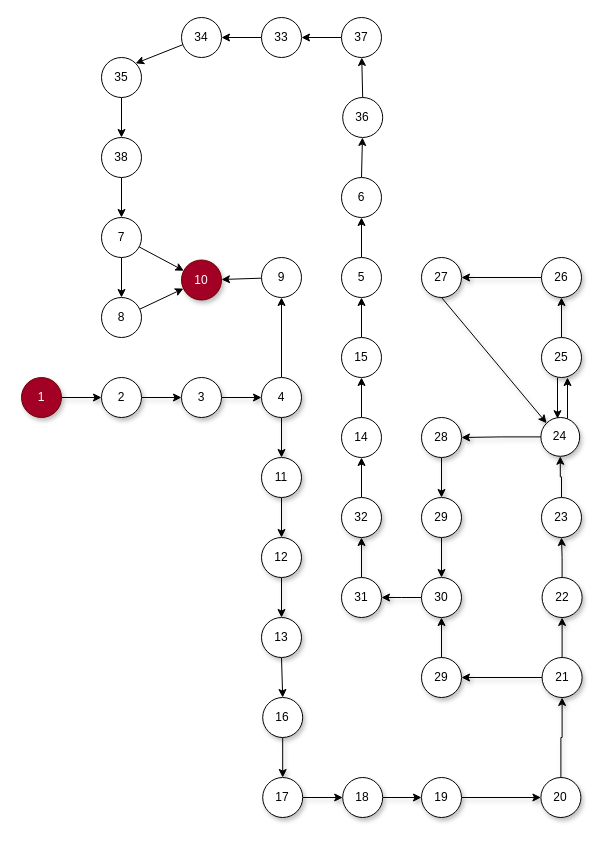
Before: Kiểm Thử/HT/SuaBan.drawio in huy1133/KD, a draw.io diagram. Source tidied: cells renumbered, new cells numbered last; positions are measured from the earlier drawing's top-left corner, leaving out a move shared by most shapes. Both pictures are drawn from the tidied source at 100%, with x=0, y=0 at pixel (21, 17).
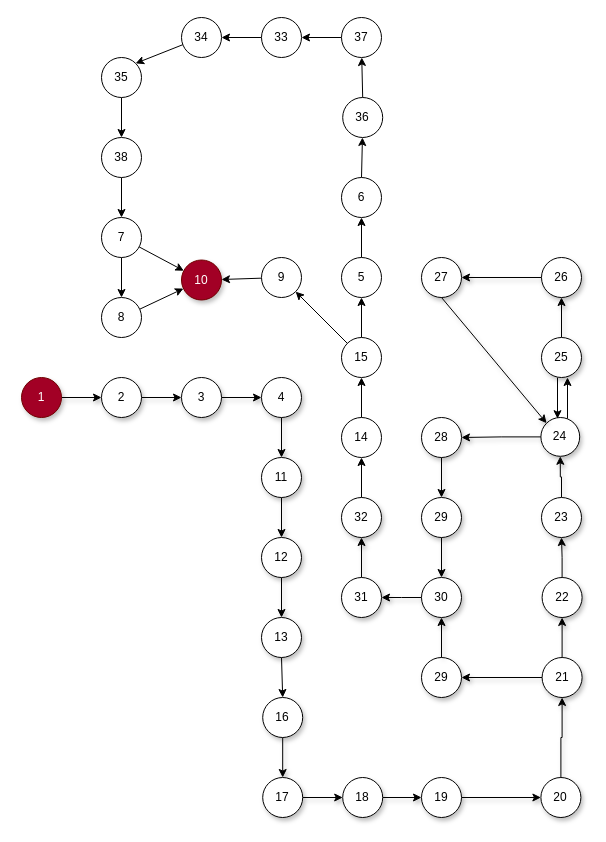
The same diagram, later.

The change refers to these unchanged cells:
```xml
<mxCell id="10" value="4" style="ellipse;whiteSpace=wrap;html=1;strokeWidth=1;shadow=1;" parent="1" vertex="1">
  <mxGeometry x="240" y="360" width="40" height="40" as="geometry" />
</mxCell>
<mxCell id="60" value="15" style="ellipse;whiteSpace=wrap;html=1;" parent="1" vertex="1">
  <mxGeometry x="320" y="320" width="40" height="40" as="geometry" />
</mxCell>
<mxCell id="62" value="9" style="ellipse;whiteSpace=wrap;html=1;" parent="1" vertex="1">
  <mxGeometry x="240" y="240" width="40" height="40" as="geometry" />
</mxCell>
```

The edit, as a diff of the source:
```diff
@@
-    <mxCell id="9" style="edgeStyle=none;rounded=0;jettySize=auto;html=1;exitX=0.5;exitY=0;exitDx=0;exitDy=0;entryX=0.5;entryY=1;entryDx=0;entryDy=0;" parent="1" edge="1" source="10" target="62">
-      <mxGeometry relative="1" as="geometry" />
-    </mxCell>
@@
+    <mxCell id="84" style="endArrow=classic;html=1;rounded=0;exitX=0;exitY=0;exitDx=0;exitDy=0;entryX=1;entryY=1;entryDx=0;entryDy=0;" parent="1" edge="1" source="60" target="62">
+      <mxGeometry relative="1" as="geometry" />
+    </mxCell>
```
